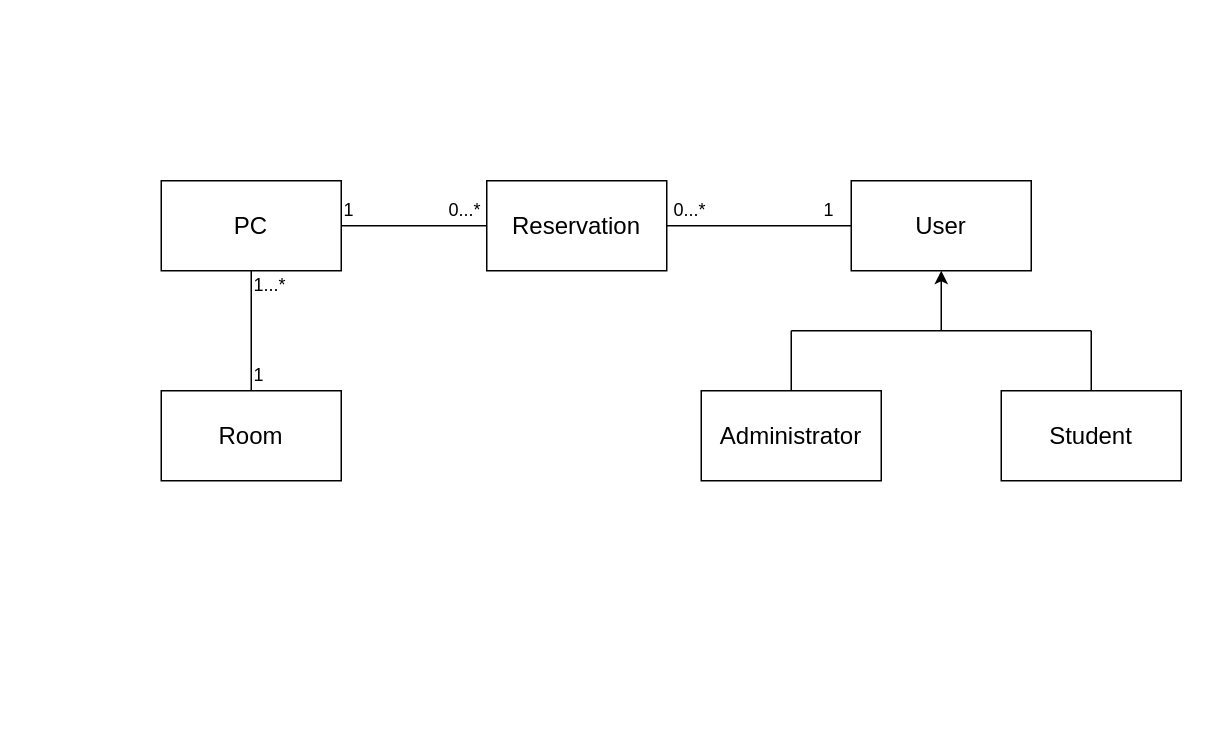
Above: documents/classDiagram.drawio in marcopettorali/lnpx_task1 (draw.io), before the change. Source tidied: cells renumbered, new cells numbered last; positions are measured from the earlier drawing's top-left corner, leaving out a move shared by most shapes. Both pictures are drawn from the tidied source at 150%, with x=0, y=0 at pixel (160, 180).
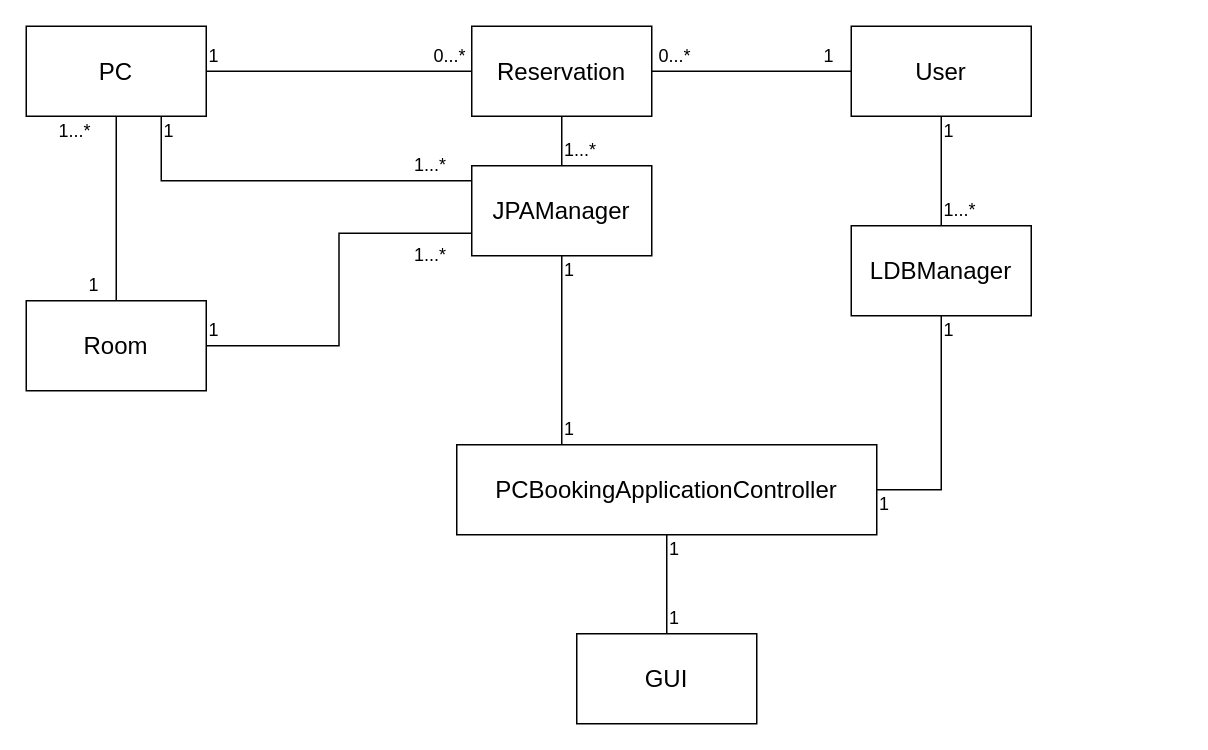
The same page after the edit.

Change to the diagram source:
```diff
@@
     <mxCell id="2" value="&lt;font style=&quot;font-size: 16px&quot;&gt;User&lt;/font&gt;" style="rounded=0;whiteSpace=wrap;html=1;" parent="1" vertex="1">
-      <mxGeometry x="460" width="120" height="60" as="geometry" />
+      <mxGeometry x="460" y="-103" width="120" height="60" as="geometry" />
     </mxCell>
-    <mxCell id="3" style="endArrow=none;html=1;" parent="1" edge="1">
-      <mxGeometry relative="1" as="geometry">
-        <mxPoint x="420" y="100" as="sourcePoint" />
-        <mxPoint x="620" y="100" as="targetPoint" />
-      </mxGeometry>
-    </mxCell>
-    <mxCell id="4" style="endArrow=classic;html=1;entryX=0.5;entryY=1;entryDx=0;entryDy=0;" parent="1" edge="1" target="2">
-      <mxGeometry relative="1" as="geometry">
-        <mxPoint x="520" y="100" as="sourcePoint" />
-      </mxGeometry>
-    </mxCell>
-    <mxCell id="5" value="&lt;font style=&quot;font-size: 16px&quot;&gt;Administrator&lt;/font&gt;" style="rounded=0;whiteSpace=wrap;html=1;" parent="1" vertex="1">
-      <mxGeometry x="360" y="140" width="120" height="60" as="geometry" />
-    </mxCell>
-    <mxCell id="6" style="endArrow=none;html=1;exitX=0.5;exitY=0;exitDx=0;exitDy=0;" parent="1" edge="1" source="5">
-      <mxGeometry relative="1" as="geometry">
-        <mxPoint x="420" y="100" as="targetPoint" />
-      </mxGeometry>
-    </mxCell>
-    <mxCell id="7" value="&lt;font style=&quot;font-size: 16px&quot;&gt;Student&lt;/font&gt;" style="rounded=0;whiteSpace=wrap;html=1;" parent="1" vertex="1">
-      <mxGeometry x="560" y="140" width="120" height="60" as="geometry" />
-    </mxCell>
-    <mxCell id="8" style="endArrow=none;html=1;exitX=0.5;exitY=0;exitDx=0;exitDy=0;" parent="1" edge="1" source="7">
-      <mxGeometry relative="1" as="geometry">
-        <mxPoint x="620" y="100" as="targetPoint" />
-      </mxGeometry>
-    </mxCell>
     <mxCell id="9" value="&lt;font style=&quot;font-size: 16px&quot;&gt;Room&lt;/font&gt;" style="rounded=0;whiteSpace=wrap;html=1;" parent="1" vertex="1">
-      <mxGeometry y="140" width="120" height="60" as="geometry" />
+      <mxGeometry x="-90" y="80" width="120" height="60" as="geometry" />
     </mxCell>
     <mxCell id="10" value="&lt;font style=&quot;font-size: 16px&quot;&gt;PC&lt;/font&gt;" style="rounded=0;whiteSpace=wrap;html=1;" parent="1" vertex="1">
-      <mxGeometry width="120" height="60" as="geometry" />
+      <mxGeometry x="-90" y="-103" width="120" height="60" as="geometry" />
     </mxCell>
     <mxCell id="11" value="&lt;font style=&quot;font-size: 16px&quot;&gt;Reservation&lt;/font&gt;" style="rounded=0;whiteSpace=wrap;html=1;" parent="1" vertex="1">
-      <mxGeometry x="217" width="120" height="60" as="geometry" />
+      <mxGeometry x="207" y="-103" width="120" height="60" as="geometry" />
     </mxCell>
@@
     <mxCell id="15" value="0...*" style="text;html=1;align=left;verticalAlign=top;spacingTop=-4;" parent="1" vertex="1">
-      <mxGeometry x="340" y="10" width="40" height="20" as="geometry" />
+      <mxGeometry x="330" y="-93" width="40" height="20" as="geometry" />
     </mxCell>
     <mxCell id="16" value="1" style="text;html=1;align=left;verticalAlign=top;spacingTop=-4;" parent="1" vertex="1">
-      <mxGeometry x="440" y="10" width="20" height="20" as="geometry" />
+      <mxGeometry x="440" y="-93" width="20" height="20" as="geometry" />
     </mxCell>
     <mxCell id="17" value="1" style="text;html=1;align=left;verticalAlign=top;spacingTop=-4;" parent="1" vertex="1">
-      <mxGeometry x="120" y="10" width="20" height="20" as="geometry" />
+      <mxGeometry x="30" y="-93" width="20" height="20" as="geometry" />
     </mxCell>
     <mxCell id="18" value="0...*" style="text;html=1;align=left;verticalAlign=top;spacingTop=-4;" parent="1" vertex="1">
-      <mxGeometry x="190" y="10" width="40" height="20" as="geometry" />
+      <mxGeometry x="180" y="-93" width="40" height="20" as="geometry" />
     </mxCell>
     <mxCell id="19" value="1...*" style="text;html=1;align=left;verticalAlign=top;spacingTop=-4;" parent="1" vertex="1">
-      <mxGeometry x="60" y="60" width="40" height="20" as="geometry" />
+      <mxGeometry x="-70" y="-43" width="40" height="20" as="geometry" />
     </mxCell>
     <mxCell id="20" value="1" style="text;html=1;align=left;verticalAlign=top;spacingTop=-4;" parent="1" vertex="1">
-      <mxGeometry x="60" y="120" width="20" height="20" as="geometry" />
+      <mxGeometry x="-50" y="60" width="20" height="20" as="geometry" />
     </mxCell>
+    <mxCell id="21" style="edgeStyle=orthogonalEdgeStyle;rounded=0;jettySize=auto;html=1;exitX=0.5;exitY=0;exitDx=0;exitDy=0;entryX=0.5;entryY=1;entryDx=0;entryDy=0;endArrow=none;endFill=0;" parent="1" edge="1" source="22" target="25">
+      <mxGeometry relative="1" as="geometry" />
+    </mxCell>
+    <mxCell id="22" value="&lt;font style=&quot;font-size: 16px&quot;&gt;GUI&lt;/font&gt;" style="rounded=0;whiteSpace=wrap;html=1;" parent="1" vertex="1">
+      <mxGeometry x="277" y="302" width="120" height="60" as="geometry" />
+    </mxCell>
+    <mxCell id="23" style="edgeStyle=orthogonalEdgeStyle;rounded=0;jettySize=auto;html=1;exitX=0.25;exitY=0;exitDx=0;exitDy=0;endArrow=none;endFill=0;" parent="1" edge="1" source="25" target="29">
+      <mxGeometry relative="1" as="geometry" />
+    </mxCell>
+    <mxCell id="24" style="edgeStyle=orthogonalEdgeStyle;rounded=0;jettySize=auto;html=1;exitX=1;exitY=0.5;exitDx=0;exitDy=0;endArrow=none;endFill=0;" parent="1" edge="1" source="25" target="31">
+      <mxGeometry relative="1" as="geometry" />
+    </mxCell>
+    <mxCell id="25" value="&lt;font style=&quot;font-size: 16px&quot;&gt;PCBookingApplicationController&lt;/font&gt;" style="rounded=0;whiteSpace=wrap;html=1;" parent="1" vertex="1">
+      <mxGeometry x="197" y="176" width="280" height="60" as="geometry" />
+    </mxCell>
+    <mxCell id="26" style="edgeStyle=orthogonalEdgeStyle;rounded=0;jettySize=auto;html=1;exitX=0.5;exitY=0;exitDx=0;exitDy=0;endArrow=none;endFill=0;entryX=0.5;entryY=1;entryDx=0;entryDy=0;" parent="1" edge="1" source="29" target="11">
+      <mxGeometry relative="1" as="geometry" />
+    </mxCell>
+    <mxCell id="27" style="edgeStyle=orthogonalEdgeStyle;rounded=0;jettySize=auto;html=1;exitX=0;exitY=0.5;exitDx=0;exitDy=0;entryX=0.75;entryY=1;entryDx=0;entryDy=0;endArrow=none;endFill=0;" parent="1" edge="1" source="29" target="10">
+      <mxGeometry relative="1" as="geometry">
+        <Array as="points">
+          <mxPoint x="207" />
+          <mxPoint />
+        </Array>
+      </mxGeometry>
+    </mxCell>
+    <mxCell id="28" style="edgeStyle=orthogonalEdgeStyle;rounded=0;jettySize=auto;html=1;exitX=0;exitY=0.75;exitDx=0;exitDy=0;entryX=1;entryY=0.5;entryDx=0;entryDy=0;endArrow=none;endFill=0;" parent="1" edge="1" source="29" target="9">
+      <mxGeometry relative="1" as="geometry" />
+    </mxCell>
+    <mxCell id="29" value="&lt;font style=&quot;font-size: 16px&quot;&gt;JPAManager&lt;/font&gt;" style="rounded=0;whiteSpace=wrap;html=1;" parent="1" vertex="1">
+      <mxGeometry x="207" y="-10" width="120" height="60" as="geometry" />
+    </mxCell>
+    <mxCell id="30" style="edgeStyle=orthogonalEdgeStyle;rounded=0;jettySize=auto;html=1;exitX=0.5;exitY=0;exitDx=0;exitDy=0;entryX=0.5;entryY=1;entryDx=0;entryDy=0;endArrow=none;endFill=0;" parent="1" edge="1" source="31" target="2">
+      <mxGeometry relative="1" as="geometry" />
+    </mxCell>
+    <mxCell id="31" value="&lt;font style=&quot;font-size: 16px&quot;&gt;LDBManager&lt;/font&gt;" style="rounded=0;whiteSpace=wrap;html=1;" parent="1" vertex="1">
+      <mxGeometry x="460" y="30" width="120" height="60" as="geometry" />
+    </mxCell>
+    <mxCell id="32" value="1" style="text;html=1;align=left;verticalAlign=top;spacingTop=-4;" parent="1" vertex="1">
+      <mxGeometry x="337" y="236" width="20" height="20" as="geometry" />
+    </mxCell>
+    <mxCell id="33" value="1" style="text;html=1;align=left;verticalAlign=top;spacingTop=-4;" parent="1" vertex="1">
+      <mxGeometry x="337" y="282" width="20" height="20" as="geometry" />
+    </mxCell>
+    <mxCell id="34" value="1" style="text;html=1;align=left;verticalAlign=top;spacingTop=-4;" parent="1" vertex="1">
+      <mxGeometry x="267" y="156" width="20" height="20" as="geometry" />
+    </mxCell>
+    <mxCell id="35" value="1" style="text;html=1;align=left;verticalAlign=top;spacingTop=-4;" parent="1" vertex="1">
+      <mxGeometry x="267" y="50" width="20" height="20" as="geometry" />
+    </mxCell>
+    <mxCell id="36" value="1" style="text;html=1;align=left;verticalAlign=top;spacingTop=-4;" parent="1" vertex="1">
+      <mxGeometry x="477" y="206" width="20" height="20" as="geometry" />
+    </mxCell>
+    <mxCell id="37" value="1" style="text;html=1;align=left;verticalAlign=top;spacingTop=-4;" parent="1" vertex="1">
+      <mxGeometry x="520" y="90" width="20" height="20" as="geometry" />
+    </mxCell>
+    <mxCell id="38" value="1" style="text;html=1;align=left;verticalAlign=top;spacingTop=-4;" parent="1" vertex="1">
+      <mxGeometry x="30" y="90" width="20" height="20" as="geometry" />
+    </mxCell>
+    <mxCell id="39" value="1" style="text;html=1;align=left;verticalAlign=top;spacingTop=-4;" parent="1" vertex="1">
+      <mxGeometry y="-43" width="20" height="20" as="geometry" />
+    </mxCell>
+    <mxCell id="40" value="1...*" style="text;html=1;align=left;verticalAlign=top;spacingTop=-4;" parent="1" vertex="1">
+      <mxGeometry x="167" y="40" width="40" height="20" as="geometry" />
+    </mxCell>
+    <mxCell id="41" value="1...*" style="text;html=1;align=left;verticalAlign=top;spacingTop=-4;" parent="1" vertex="1">
+      <mxGeometry x="167" y="-20" width="40" height="20" as="geometry" />
+    </mxCell>
+    <mxCell id="42" value="1...*" style="text;html=1;align=left;verticalAlign=top;spacingTop=-4;" parent="1" vertex="1">
+      <mxGeometry x="267" y="-30" width="40" height="20" as="geometry" />
+    </mxCell>
+    <mxCell id="43" value="1...*" style="text;html=1;align=left;verticalAlign=top;spacingTop=-4;" parent="1" vertex="1">
+      <mxGeometry x="520" y="10" width="40" height="20" as="geometry" />
+    </mxCell>
+    <mxCell id="44" value="1" style="text;html=1;align=left;verticalAlign=top;spacingTop=-4;" parent="1" vertex="1">
+      <mxGeometry x="520" y="-43" width="20" height="20" as="geometry" />
+    </mxCell>
```
